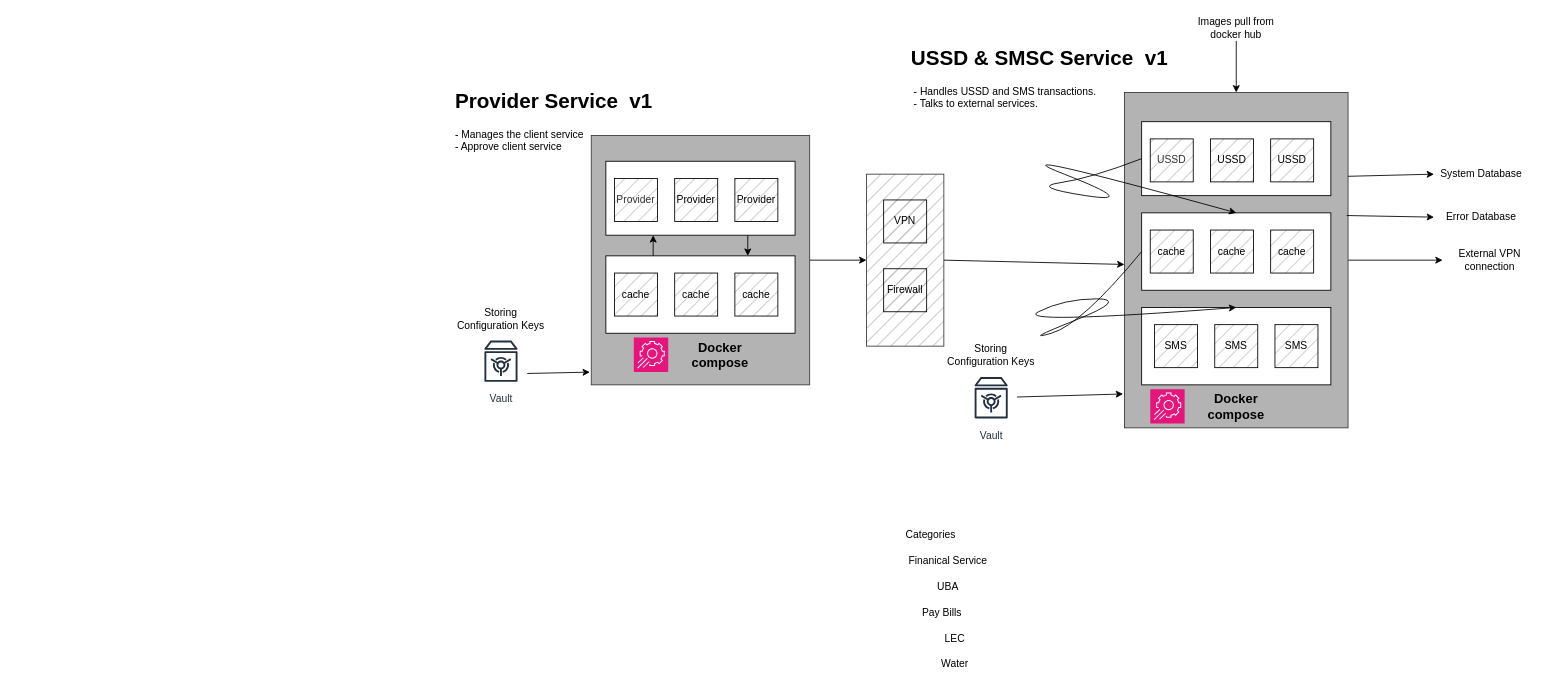
brilliantnarlo/system-design keeps this draw.io diagram as VAS.drawio. Above is the earlier version. Source tidied: cells renumbered, new cells numbered last; positions are measured from the earlier drawing's top-left corner, leaving out a move shared by most shapes. Both pictures are drawn from the tidied source at 86%, with x=0, y=0 at pixel (453, 15).
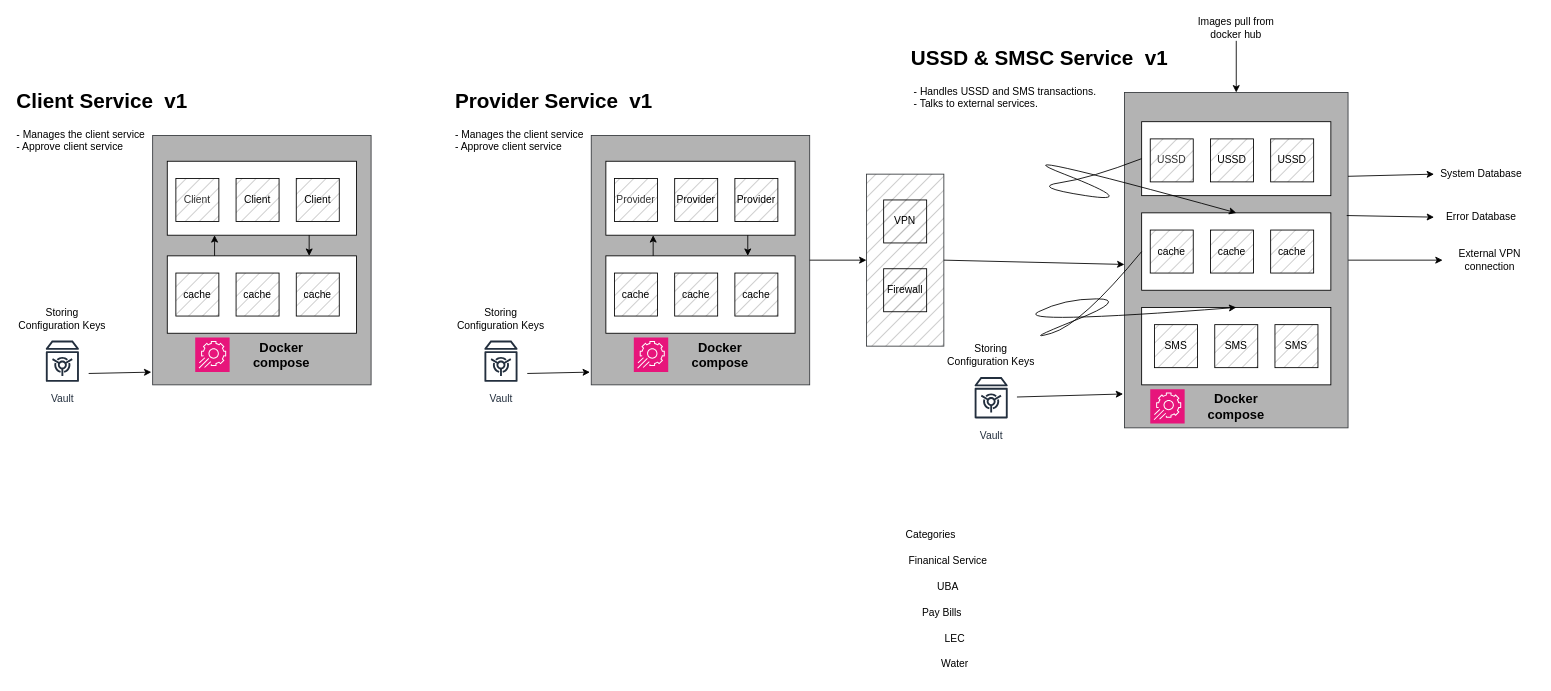
The same page after the edit.

What changed in the source:
```diff
@@
+    <mxCell id="59" style="rounded=0;whiteSpace=wrap;html=1;fillColor=#B3B3B3;strokeColor=#36393d;strokeWidth=1;glass=0;fillStyle=solid;" parent="1" vertex="1">
+      <mxGeometry x="-350" y="140" width="254" height="290" as="geometry" />
+    </mxCell>
+    <mxCell id="60" value="&lt;h1 style=&quot;margin-top: 0px;&quot;&gt;Client Service&amp;nbsp; v1&lt;/h1&gt;&lt;div&gt;- Manages the client service&lt;/div&gt;&lt;div&gt;- Approve client service&lt;/div&gt;" style="text;html=1;whiteSpace=wrap;overflow=hidden;rounded=0;" parent="1" vertex="1">
+      <mxGeometry x="-510" y="80" width="320" height="90" as="geometry" />
+    </mxCell>
+    <mxCell id="61" style="rounded=0;whiteSpace=wrap;html=1;" parent="1" vertex="1">
+      <mxGeometry x="-333" y="170" width="220" height="86" as="geometry" />
+    </mxCell>
+    <mxCell id="62" value="Client" style="rounded=0;whiteSpace=wrap;html=1;glass=0;fillColor=#B3B3B3;strokeColor=#000000;fontColor=#333333;fillStyle=hatch;" parent="1" vertex="1">
+      <mxGeometry x="-323" y="190" width="50" height="50" as="geometry" />
+    </mxCell>
+    <mxCell id="63" value="Client" style="rounded=0;whiteSpace=wrap;html=1;strokeColor=light-dark(#000000,#EDEDED);fillColor=#B3B3B3;fillStyle=hatch;" parent="1" vertex="1">
+      <mxGeometry x="-253" y="190" width="50" height="50" as="geometry" />
+    </mxCell>
+    <mxCell id="64" value="Client" style="rounded=0;whiteSpace=wrap;html=1;fillColor=#B3B3B3;fillStyle=hatch;" parent="1" vertex="1">
+      <mxGeometry x="-183" y="190" width="50" height="50" as="geometry" />
+    </mxCell>
+    <mxCell id="65" value="Vault" style="sketch=0;outlineConnect=0;fontColor=#232F3E;gradientColor=none;strokeColor=#232F3E;fillColor=#ffffff;dashed=0;verticalLabelPosition=bottom;verticalAlign=top;align=center;html=1;fontSize=12;fontStyle=0;shape=mxgraph.aws4.resourceIcon;resIcon=mxgraph.aws4.vault;" parent="1" vertex="1">
+      <mxGeometry x="-485" y="372.5" width="60" height="60" as="geometry" />
+    </mxCell>
+    <mxCell id="66" value="Storing Configuration Keys" style="text;html=1;whiteSpace=wrap;strokeColor=none;fillColor=none;align=center;verticalAlign=middle;rounded=0;" parent="1" vertex="1">
+      <mxGeometry x="-510" y="337.5" width="110" height="30" as="geometry" />
+    </mxCell>
+    <mxCell id="67" style="rounded=0;whiteSpace=wrap;html=1;" parent="1" vertex="1">
+      <mxGeometry x="-333" y="280" width="220" height="90" as="geometry" />
+    </mxCell>
+    <mxCell id="68" value="cache" style="rounded=0;whiteSpace=wrap;html=1;fillStyle=hatch;fillColor=#B3B3B3;" parent="1" vertex="1">
+      <mxGeometry x="-323" y="300" width="50" height="50" as="geometry" />
+    </mxCell>
+    <mxCell id="69" value="cache" style="rounded=0;whiteSpace=wrap;html=1;fillStyle=hatch;fillColor=#B3B3B3;" parent="1" vertex="1">
+      <mxGeometry x="-253" y="300" width="50" height="50" as="geometry" />
+    </mxCell>
+    <mxCell id="70" value="cache" style="rounded=0;whiteSpace=wrap;html=1;fillStyle=hatch;fillColor=#B3B3B3;" parent="1" vertex="1">
+      <mxGeometry x="-183" y="300" width="50" height="50" as="geometry" />
+    </mxCell>
+    <mxCell id="71" style="endArrow=classic;html=1;rounded=0;entryX=0.25;entryY=1;entryDx=0;entryDy=0;exitX=0.25;exitY=0;exitDx=0;exitDy=0;flowAnimation=1;" parent="1" edge="1" source="67" target="61">
+      <mxGeometry relative="1" as="geometry" />
+    </mxCell>
+    <mxCell id="72" style="endArrow=classic;html=1;rounded=0;exitX=0.75;exitY=1;exitDx=0;exitDy=0;entryX=0.75;entryY=0;entryDx=0;entryDy=0;flowAnimation=1;" parent="1" edge="1" source="61" target="67">
+      <mxGeometry relative="1" as="geometry" />
+    </mxCell>
+    <mxCell id="73" value="Docker compose" style="text;html=1;whiteSpace=wrap;strokeColor=none;fillColor=none;align=center;verticalAlign=middle;rounded=0;fontSize=15;fontStyle=1;" parent="1" vertex="1">
+      <mxGeometry x="-255.5" y="380" width="110" height="30" as="geometry" />
+    </mxCell>
+    <mxCell id="74" style="sketch=0;fontColor=#232F3E;fillColor=#E7157B;strokeColor=#ffffff;dashed=0;verticalLabelPosition=bottom;verticalAlign=top;align=center;html=1;fontSize=12;fontStyle=0;shape=mxgraph.aws4.resourceIcon;resIcon=mxgraph.aws4.app_config;" parent="1" vertex="1">
+      <mxGeometry x="-300.5" y="375" width="40" height="40" as="geometry" />
+    </mxCell>
+    <mxCell id="75" style="endArrow=classic;html=1;rounded=0;exitX=1.01;exitY=0.738;exitDx=0;exitDy=0;exitPerimeter=0;entryX=-0.006;entryY=0.949;entryDx=0;entryDy=0;entryPerimeter=0;flowAnimation=1;" parent="1" edge="1" source="65" target="59">
+      <mxGeometry relative="1" as="geometry" />
+    </mxCell>
```
